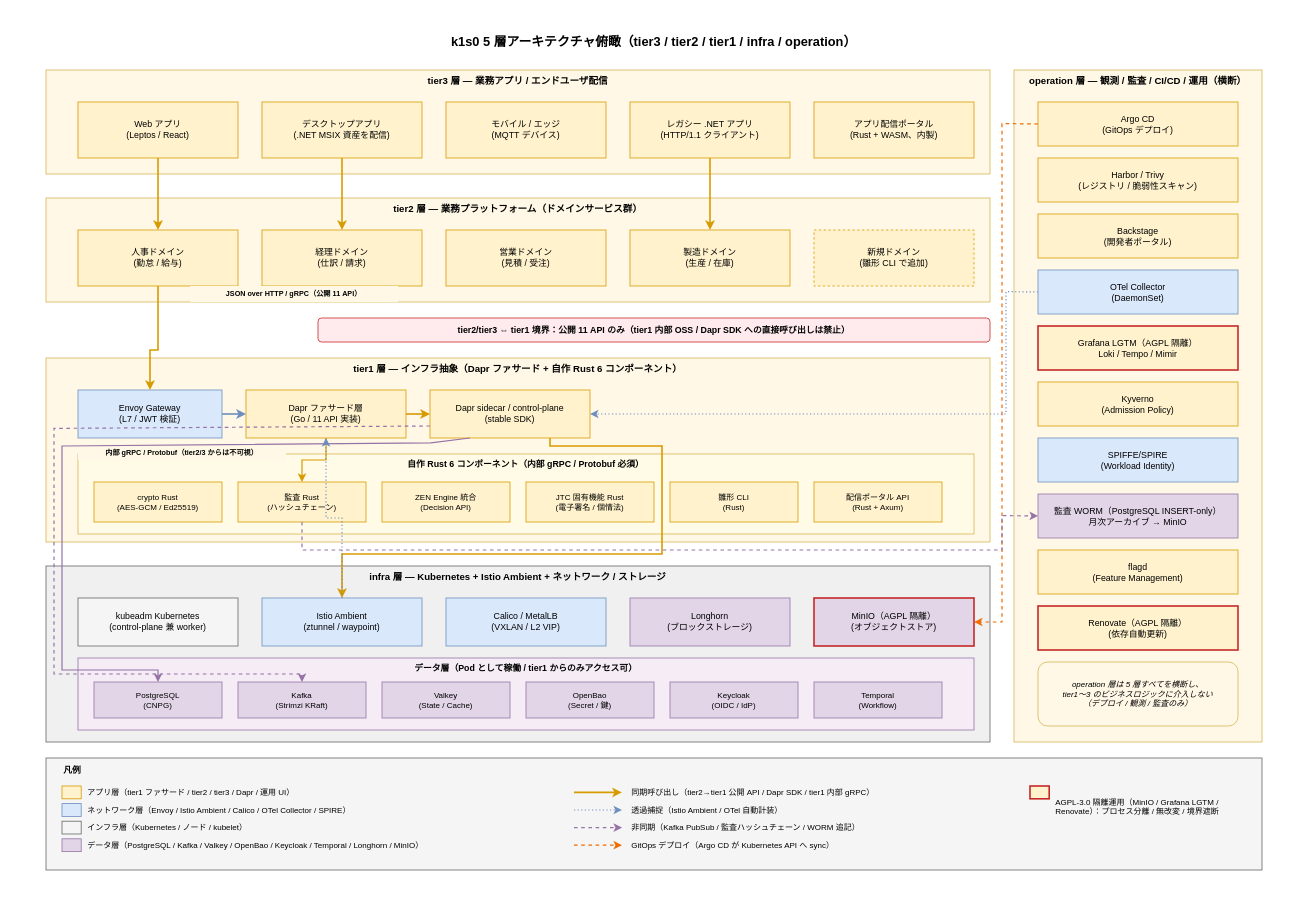
RyuheiKiso/k1s0 keeps this draw.io diagram as docs/04_概要設計/10_システム方式設計/img/5層アーキテクチャ.drawio. Above is the earlier version. Source tidied: cells renumbered, new cells numbered last; positions are measured from the earlier drawing's top-left corner, leaving out a move shared by most shapes. Both pictures are drawn from the tidied source at 80%, with x=0, y=0 at pixel (14, 14).
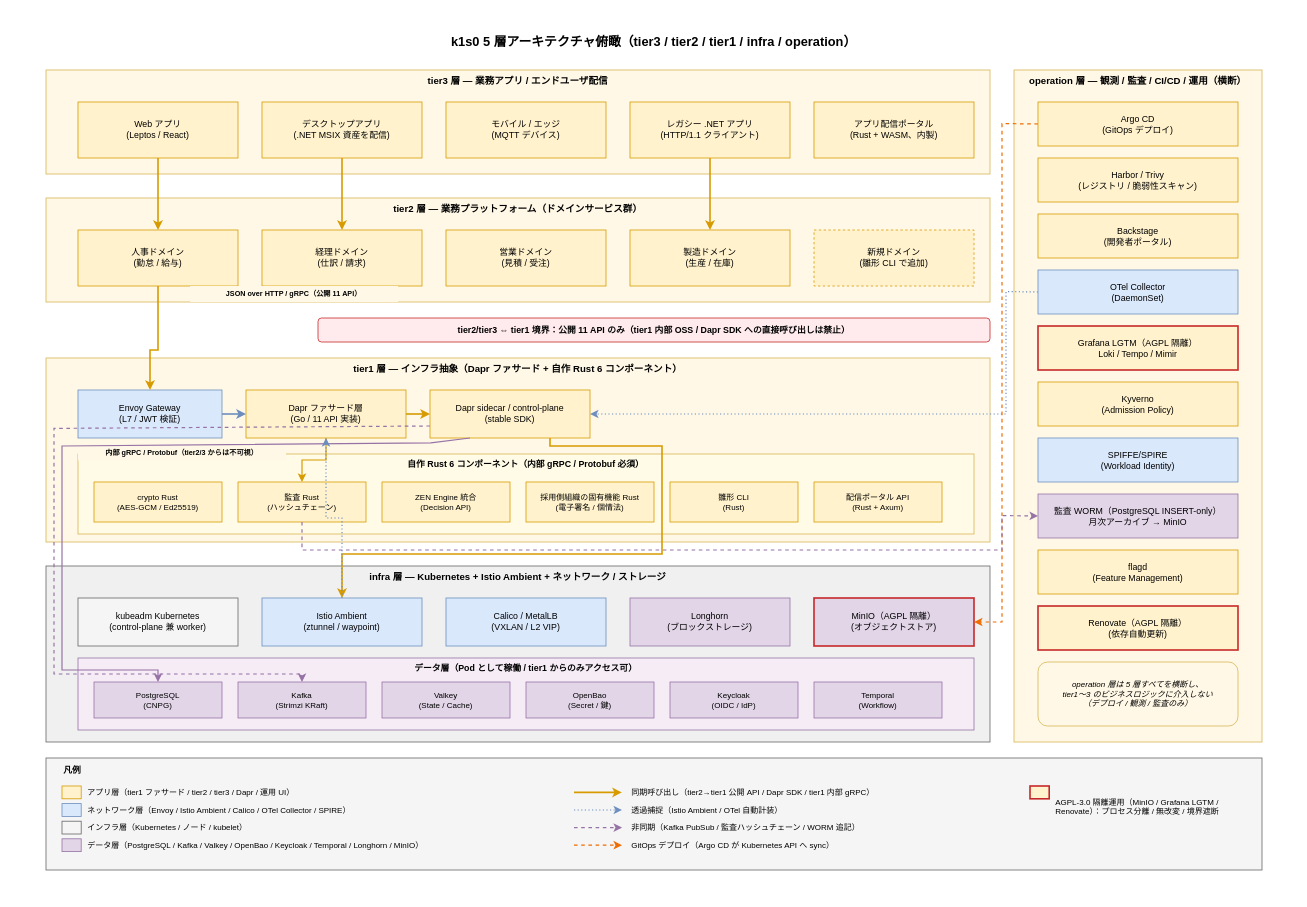
After the change.

Change to the diagram source:
```diff
@@
-    <mxCell id="25" value="JTC 固有機能 Rust&#10;(電子署名 / 個情法)" style="rounded=0;whiteSpace=wrap;html=1;fillColor=#fff2cc;strokeColor=#d79b00;fontSize=10;" parent="1" vertex="1">
+    <mxCell id="25" value="採用側組織の固有機能 Rust&#10;(電子署名 / 個情法)" style="rounded=0;whiteSpace=wrap;html=1;fillColor=#fff2cc;strokeColor=#d79b00;fontSize=10;" parent="1" vertex="1">
       <mxGeometry x="640" y="585" width="160" height="50" as="geometry" />
     </mxCell>
```
